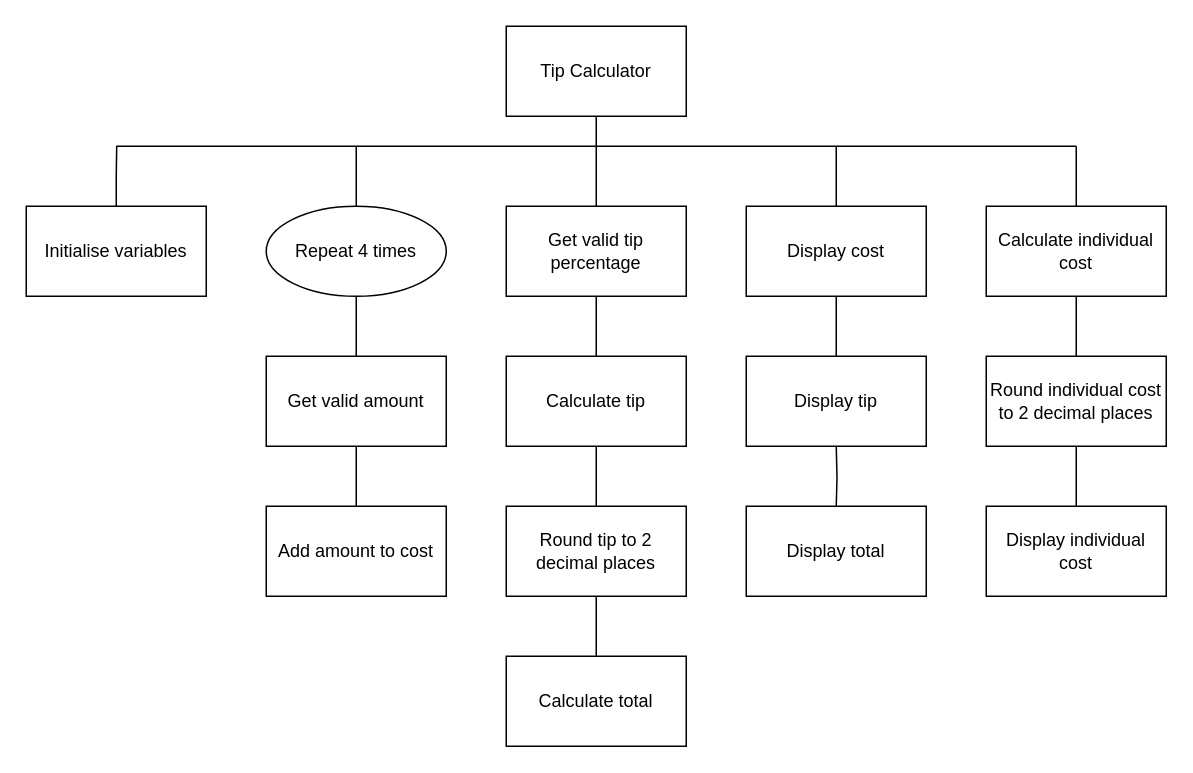
Earlier version of the draw.io diagram page "sd" (1 of 2) of n5/N5-SDD-Tip-Calculator/assets/N5 SDD Tip Calculator.drawio (MrFriendCS/MrFriendCS.github.io). Source tidied: cells renumbered, new cells numbered last; positions are measured from the earlier drawing's top-left corner, leaving out a move shared by most shapes. Both pictures are drawn from the tidied source at 150%, with x=0, y=0 at pixel (26, 26).
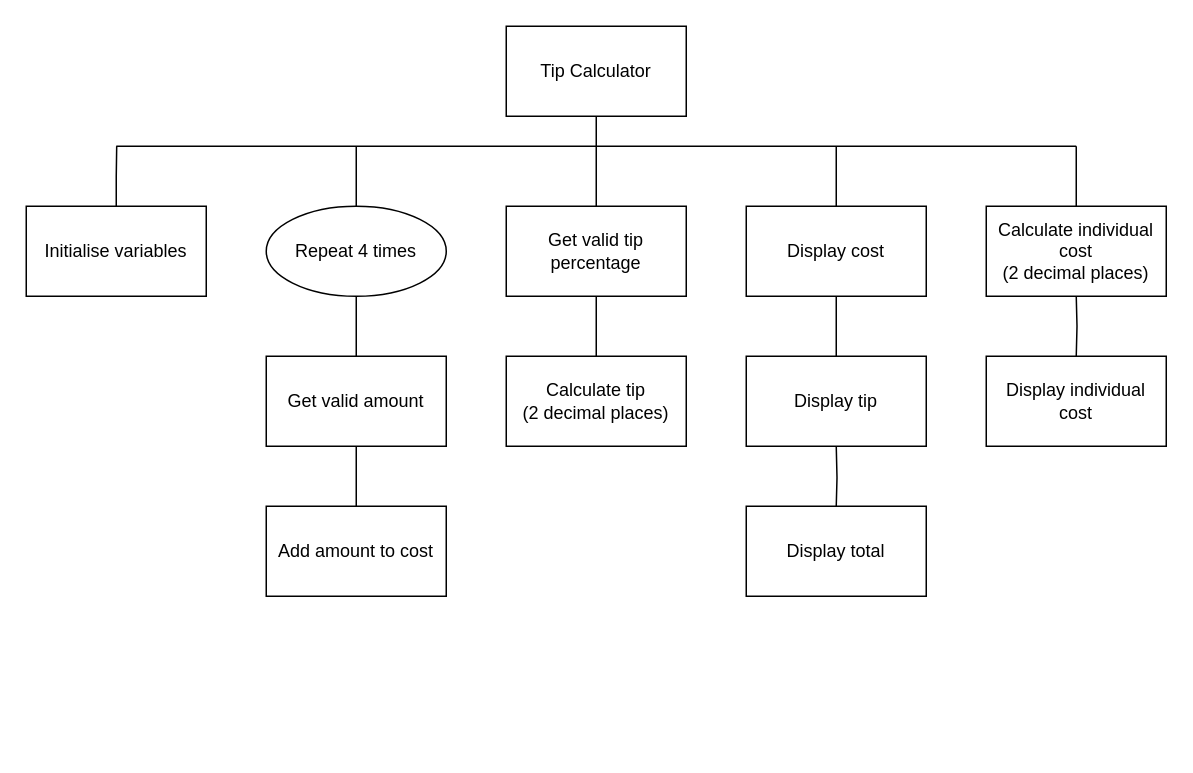
The same diagram, later.

Change to the diagram source:
```diff
@@
-    <mxCell id="3" value="Tip Calculator" style="rounded=0;whiteSpace=wrap;html=1;" parent="1" vertex="1">
+    <mxCell id="3" value="Tip&amp;nbsp;&lt;span style=&quot;background-color: initial;&quot;&gt;Calculator&lt;/span&gt;" style="rounded=0;whiteSpace=wrap;html=1;" parent="1" vertex="1">
       <mxGeometry x="320" width="120" height="60" as="geometry" />
     </mxCell>
@@
-    <mxCell id="21" value="Calculate tip" style="rounded=0;whiteSpace=wrap;html=1;" parent="1" vertex="1">
+    <mxCell id="21" value="Calculate tip&lt;div&gt;(2 decimal places)&lt;/div&gt;" style="rounded=0;whiteSpace=wrap;html=1;" parent="1" vertex="1">
       <mxGeometry x="320" y="220" width="120" height="60" as="geometry" />
     </mxCell>
-    <mxCell id="22" style="edgeStyle=orthogonalEdgeStyle;rounded=0;jettySize=auto;html=1;exitX=0.5;exitY=0;exitDx=0;exitDy=0;entryX=0.5;entryY=1;entryDx=0;entryDy=0;endArrow=none;endFill=0;" parent="1" edge="1" source="23" target="32">
-      <mxGeometry relative="1" as="geometry" />
-    </mxCell>
-    <mxCell id="23" value="Calculate total" style="rounded=0;whiteSpace=wrap;html=1;" parent="1" vertex="1">
-      <mxGeometry x="320" y="420" width="120" height="60" as="geometry" />
-    </mxCell>
@@
-    <mxCell id="26" value="Calculate individual cost" style="rounded=0;whiteSpace=wrap;html=1;" parent="1" vertex="1">
+    <mxCell id="26" value="Calculate individual cost&lt;div&gt;(2 decimal places)&lt;/div&gt;" style="rounded=0;whiteSpace=wrap;html=1;" parent="1" vertex="1">
       <mxGeometry x="640" y="120" width="120" height="60" as="geometry" />
     </mxCell>
-    <mxCell id="27" style="edgeStyle=orthogonalEdgeStyle;rounded=0;jettySize=auto;html=1;exitX=0.5;exitY=0;exitDx=0;exitDy=0;entryX=0.5;entryY=1;entryDx=0;entryDy=0;endArrow=none;endFill=0;" parent="1" edge="1" source="28" target="26">
-      <mxGeometry relative="1" as="geometry" />
+    <mxCell id="27" style="edgeStyle=orthogonalEdgeStyle;rounded=0;jettySize=auto;html=1;exitX=0.5;exitY=0;exitDx=0;exitDy=0;entryX=0.5;entryY=1;entryDx=0;entryDy=0;endArrow=none;endFill=0;" parent="1" edge="1" target="26">
+      <mxGeometry relative="1" as="geometry">
+        <mxPoint x="700" y="220" as="sourcePoint" />
+      </mxGeometry>
     </mxCell>
-    <mxCell id="28" value="Round individual cost to 2 decimal places" style="rounded=0;whiteSpace=wrap;html=1;" parent="1" vertex="1">
-      <mxGeometry x="640" y="220" width="120" height="60" as="geometry" />
-    </mxCell>
-    <mxCell id="29" style="edgeStyle=orthogonalEdgeStyle;rounded=0;jettySize=auto;html=1;exitX=0.5;exitY=0;exitDx=0;exitDy=0;entryX=0.5;entryY=1;entryDx=0;entryDy=0;endArrow=none;endFill=0;" parent="1" edge="1" source="30" target="28">
-      <mxGeometry relative="1" as="geometry" />
-    </mxCell>
     <mxCell id="30" value="Display individual cost" style="rounded=0;whiteSpace=wrap;html=1;" parent="1" vertex="1">
-      <mxGeometry x="640" y="320" width="120" height="60" as="geometry" />
+      <mxGeometry x="640" y="220" width="120" height="60" as="geometry" />
     </mxCell>
-    <mxCell id="31" style="edgeStyle=orthogonalEdgeStyle;rounded=0;jettySize=auto;html=1;exitX=0.5;exitY=0;exitDx=0;exitDy=0;entryX=0.5;entryY=1;entryDx=0;entryDy=0;endArrow=none;endFill=0;" parent="1" edge="1" source="32" target="21">
-      <mxGeometry relative="1" as="geometry" />
-    </mxCell>
-    <mxCell id="32" value="Round tip to 2 decimal places" style="rounded=0;whiteSpace=wrap;html=1;" parent="1" vertex="1">
-      <mxGeometry x="320" y="320" width="120" height="60" as="geometry" />
-    </mxCell>
```
